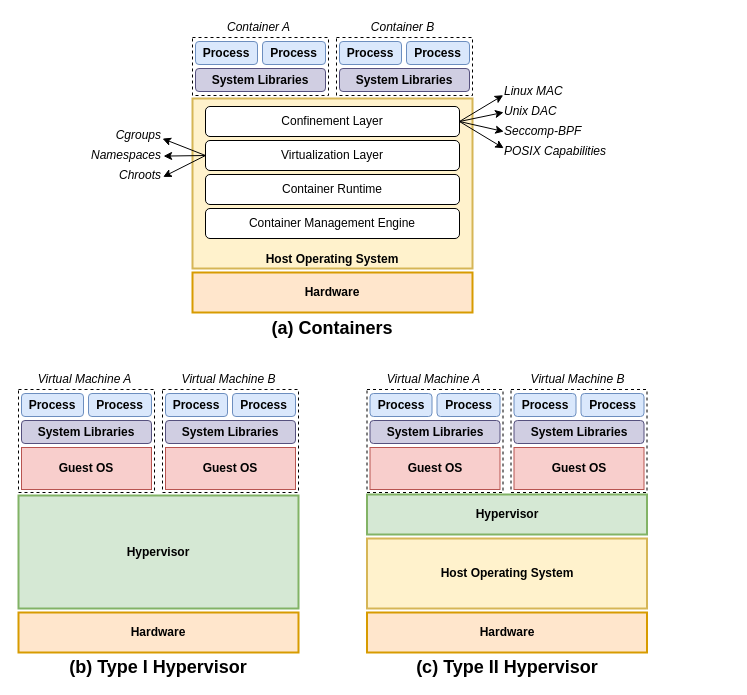
Earlier version of the draw.io diagram thesis/figs/background/drawio/virtualization.drawio (willfindlay/masters-thesis). Source tidied: cells renumbered, new cells numbered last; positions are measured from the earlier drawing's top-left corner, leaving out a move shared by most shapes. Both pictures are drawn from the tidied source at 100%, with x=0, y=0 at pixel (18, 17).
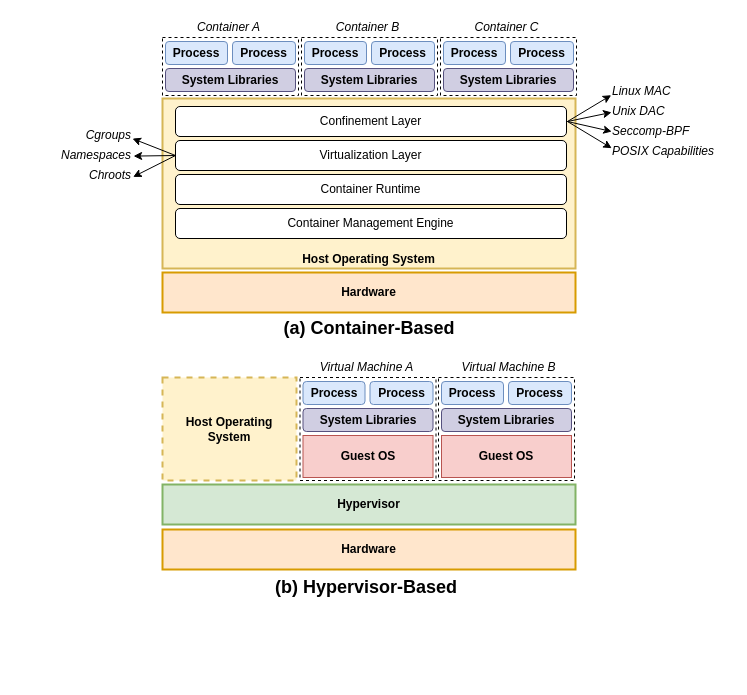
The same page after the edit.

The edit, as a diff of the source:
```diff
@@
     <mxCell id="2" value="Host Operating System" style="rounded=0;whiteSpace=wrap;html=1;align=center;strokeWidth=2;fillColor=#fff2cc;strokeColor=#d6b656;fontStyle=1;verticalAlign=bottom;" parent="1" vertex="1">
-      <mxGeometry x="174" y="81" width="280" height="170" as="geometry" />
+      <mxGeometry x="144" y="81" width="413" height="170" as="geometry" />
     </mxCell>
     <mxCell id="3" value="&lt;b&gt;Hardware&lt;/b&gt;" style="rounded=0;whiteSpace=wrap;html=1;align=center;strokeWidth=2;fillColor=#ffe6cc;strokeColor=#d79b00;" parent="1" vertex="1">
-      <mxGeometry x="174" y="255" width="280" height="40" as="geometry" />
+      <mxGeometry x="144" y="255" width="413" height="40" as="geometry" />
     </mxCell>
     <mxCell id="4" value="Container Runtime" style="rounded=1;whiteSpace=wrap;html=1;strokeWidth=1;align=center;" parent="1" vertex="1">
-      <mxGeometry x="187" y="157" width="254" height="30" as="geometry" />
+      <mxGeometry x="157" y="157" width="391" height="30" as="geometry" />
     </mxCell>
     <mxCell id="5" value="Container Management Engine" style="rounded=1;whiteSpace=wrap;html=1;strokeWidth=1;align=center;" parent="1" vertex="1">
-      <mxGeometry x="187" y="191" width="254" height="30" as="geometry" />
+      <mxGeometry x="157" y="191" width="391" height="30" as="geometry" />
     </mxCell>
@@
     <mxCell id="9" value="Virtualization Layer" style="rounded=1;whiteSpace=wrap;html=1;strokeWidth=1;align=center;" parent="1" vertex="1">
-      <mxGeometry x="187" y="123" width="254" height="30" as="geometry" />
+      <mxGeometry x="157" y="123" width="391" height="30" as="geometry" />
     </mxCell>
-    <mxCell id="10" style="edgeStyle=none;rounded=0;jettySize=auto;html=1;exitX=1;exitY=0.5;exitDx=0;exitDy=0;entryX=0.01;entryY=0.686;entryDx=0;entryDy=0;entryPerimeter=0;" parent="1" edge="1" source="14" target="15">
-      <mxGeometry relative="1" as="geometry" />
+    <mxCell id="10" style="edgeStyle=none;rounded=0;jettySize=auto;html=1;exitX=1;exitY=0.5;exitDx=0;exitDy=0;entryX=0.01;entryY=0.686;entryDx=0;entryDy=0;entryPerimeter=0;" parent="1" edge="1" target="15">
+      <mxGeometry relative="1" as="geometry">
+        <mxPoint x="549" y="104" as="sourcePoint" />
+      </mxGeometry>
     </mxCell>
-    <mxCell id="11" style="edgeStyle=none;rounded=0;jettySize=auto;html=1;exitX=1;exitY=0.5;exitDx=0;exitDy=0;entryX=0.015;entryY=0.544;entryDx=0;entryDy=0;entryPerimeter=0;" parent="1" edge="1" source="14" target="16">
-      <mxGeometry relative="1" as="geometry" />
+    <mxCell id="11" style="edgeStyle=none;rounded=0;jettySize=auto;html=1;exitX=1;exitY=0.5;exitDx=0;exitDy=0;entryX=0.015;entryY=0.544;entryDx=0;entryDy=0;entryPerimeter=0;" parent="1" edge="1" target="16">
+      <mxGeometry relative="1" as="geometry">
+        <mxPoint x="549" y="104" as="sourcePoint" />
+      </mxGeometry>
     </mxCell>
-    <mxCell id="12" style="edgeStyle=none;rounded=0;jettySize=auto;html=1;exitX=1;exitY=0.5;exitDx=0;exitDy=0;entryX=0.014;entryY=0.502;entryDx=0;entryDy=0;entryPerimeter=0;" parent="1" edge="1" source="14" target="17">
-      <mxGeometry relative="1" as="geometry" />
+    <mxCell id="12" style="edgeStyle=none;rounded=0;jettySize=auto;html=1;exitX=1;exitY=0.5;exitDx=0;exitDy=0;entryX=0.014;entryY=0.502;entryDx=0;entryDy=0;entryPerimeter=0;" parent="1" edge="1" target="17">
+      <mxGeometry relative="1" as="geometry">
+        <mxPoint x="549" y="104" as="sourcePoint" />
+      </mxGeometry>
     </mxCell>
-    <mxCell id="13" style="edgeStyle=none;rounded=0;jettySize=auto;html=1;exitX=1;exitY=0.5;exitDx=0;exitDy=0;entryX=0.01;entryY=0.335;entryDx=0;entryDy=0;entryPerimeter=0;" parent="1" edge="1" source="14" target="18">
-      <mxGeometry relative="1" as="geometry" />
+    <mxCell id="13" style="edgeStyle=none;rounded=0;jettySize=auto;html=1;exitX=1;exitY=0.5;exitDx=0;exitDy=0;entryX=0.01;entryY=0.335;entryDx=0;entryDy=0;entryPerimeter=0;" parent="1" edge="1" target="18">
+      <mxGeometry relative="1" as="geometry">
+        <mxPoint x="549" y="104" as="sourcePoint" />
+      </mxGeometry>
     </mxCell>
     <mxCell id="14" value="Confinement Layer" style="rounded=1;whiteSpace=wrap;html=1;strokeWidth=1;align=center;" parent="1" vertex="1">
-      <mxGeometry x="187" y="89" width="254" height="30" as="geometry" />
+      <mxGeometry x="157" y="89" width="391" height="30" as="geometry" />
     </mxCell>
     <mxCell id="15" value="Linux MAC" style="text;html=1;align=left;verticalAlign=middle;points=[];strokeColor=none;fontStyle=2;" parent="1" vertex="1">
-      <mxGeometry x="484" y="64" width="70" height="20" as="geometry" />
+      <mxGeometry x="592" y="64" width="70" height="20" as="geometry" />
     </mxCell>
     <mxCell id="16" value="Unix DAC" style="text;html=1;align=left;verticalAlign=middle;points=[];strokeColor=none;fontStyle=2;" parent="1" vertex="1">
-      <mxGeometry x="484" y="84" width="70" height="20" as="geometry" />
+      <mxGeometry x="592" y="84" width="70" height="20" as="geometry" />
     </mxCell>
     <mxCell id="17" value="Seccomp-BPF" style="text;html=1;align=left;verticalAlign=middle;points=[];strokeColor=none;fontStyle=2;" parent="1" vertex="1">
-      <mxGeometry x="484" y="104" width="90" height="20" as="geometry" />
+      <mxGeometry x="592" y="104" width="90" height="20" as="geometry" />
     </mxCell>
     <mxCell id="18" value="POSIX Capabilities" style="text;html=1;align=left;verticalAlign=middle;points=[];strokeColor=none;fontStyle=2;" parent="1" vertex="1">
-      <mxGeometry x="484" y="124" width="120" height="20" as="geometry" />
+      <mxGeometry x="592" y="124" width="120" height="20" as="geometry" />
     </mxCell>
     <mxCell id="19" value="Namespaces" style="text;html=1;align=right;verticalAlign=middle;points=[];strokeColor=none;fontStyle=2;" parent="1" vertex="1">
-      <mxGeometry x="54" y="128" width="90" height="20" as="geometry" />
+      <mxGeometry x="24" y="128" width="90" height="20" as="geometry" />
     </mxCell>
     <mxCell id="20" value="Cgroups" style="text;html=1;align=right;verticalAlign=middle;points=[];strokeColor=none;fontStyle=2;" parent="1" vertex="1">
-      <mxGeometry x="84" y="108" width="60" height="20" as="geometry" />
+      <mxGeometry x="54" y="108" width="60" height="20" as="geometry" />
     </mxCell>
     <mxCell id="21" value="Chroots" style="text;html=1;align=right;verticalAlign=middle;points=[];strokeColor=none;fontStyle=2;" parent="1" vertex="1">
-      <mxGeometry x="84" y="148" width="60" height="20" as="geometry" />
+      <mxGeometry x="54" y="148" width="60" height="20" as="geometry" />
     </mxCell>
-    <mxCell id="22" value="(a) Containers" style="text;html=1;strokeColor=none;fillColor=none;align=center;verticalAlign=middle;whiteSpace=wrap;rounded=0;fontSize=18;fontStyle=1;" parent="1" vertex="1">
-      <mxGeometry x="219" y="301" width="190" height="20" as="geometry" />
+    <mxCell id="22" value="(a) Container-Based" style="text;html=1;strokeColor=none;fillColor=none;align=center;verticalAlign=middle;whiteSpace=wrap;rounded=0;fontSize=18;fontStyle=1;" parent="1" vertex="1">
+      <mxGeometry x="256" y="301" width="190" height="20" as="geometry" />
     </mxCell>
-    <mxCell id="23" style="rounded=0;whiteSpace=wrap;html=1;fontSize=23;fillColor=none;dashed=1;" parent="1" vertex="1">
-      <mxGeometry y="372" width="136" height="103" as="geometry" />
-    </mxCell>
-    <mxCell id="24" style="rounded=0;whiteSpace=wrap;html=1;fontSize=23;fillColor=none;dashed=1;" parent="1" vertex="1">
-      <mxGeometry x="144" y="372" width="136" height="103" as="geometry" />
-    </mxCell>
-    <mxCell id="25" value="&lt;i&gt;Virtual Machine A&lt;/i&gt;" style="text;html=1;align=center;verticalAlign=middle;fontSize=12;" parent="1" vertex="1">
-      <mxGeometry x="11" y="352" width="110" height="20" as="geometry" />
-    </mxCell>
-    <mxCell id="26" value="&lt;b&gt;Hardware&lt;/b&gt;" style="rounded=0;whiteSpace=wrap;html=1;align=center;strokeWidth=2;fillColor=#ffe6cc;strokeColor=#d79b00;" parent="1" vertex="1">
-      <mxGeometry y="595" width="280" height="40" as="geometry" />
-    </mxCell>
-    <mxCell id="27" value="&lt;b&gt;System Libraries&lt;/b&gt;" style="rounded=1;whiteSpace=wrap;html=1;align=center;strokeWidth=1;fillColor=#d0cee2;strokeColor=#56517e;" parent="1" vertex="1">
-      <mxGeometry x="3" y="403" width="130" height="23" as="geometry" />
-    </mxCell>
-    <mxCell id="28" value="&lt;b&gt;Process&lt;/b&gt;" style="rounded=1;whiteSpace=wrap;html=1;align=center;strokeWidth=1;fillColor=#dae8fc;strokeColor=#6c8ebf;" parent="1" vertex="1">
-      <mxGeometry x="147" y="376" width="62" height="23" as="geometry" />
-    </mxCell>
-    <mxCell id="29" value="&lt;b&gt;Process&lt;/b&gt;" style="rounded=1;whiteSpace=wrap;html=1;align=center;strokeWidth=1;fillColor=#dae8fc;strokeColor=#6c8ebf;" parent="1" vertex="1">
-      <mxGeometry x="214" y="376" width="63" height="23" as="geometry" />
-    </mxCell>
-    <mxCell id="30" value="&lt;b&gt;System Libraries&lt;/b&gt;" style="rounded=1;whiteSpace=wrap;html=1;align=center;strokeWidth=1;fillColor=#d0cee2;strokeColor=#56517e;" parent="1" vertex="1">
-      <mxGeometry x="147" y="403" width="130" height="23" as="geometry" />
-    </mxCell>
-    <mxCell id="31" value="&lt;b&gt;Process&lt;/b&gt;" style="rounded=1;whiteSpace=wrap;html=1;align=center;strokeWidth=1;fillColor=#dae8fc;strokeColor=#6c8ebf;" parent="1" vertex="1">
-      <mxGeometry x="3" y="376" width="62" height="23" as="geometry" />
-    </mxCell>
-    <mxCell id="32" value="&lt;b&gt;Process&lt;/b&gt;" style="rounded=1;whiteSpace=wrap;html=1;align=center;strokeWidth=1;fillColor=#dae8fc;strokeColor=#6c8ebf;" parent="1" vertex="1">
-      <mxGeometry x="70" y="376" width="63" height="23" as="geometry" />
-    </mxCell>
-    <mxCell id="33" value="(b) Type I Hypervisor" style="text;html=1;strokeColor=none;fillColor=none;align=center;verticalAlign=middle;whiteSpace=wrap;rounded=0;fontSize=18;fontStyle=1;" parent="1" vertex="1">
-      <mxGeometry x="44.5" y="640" width="190" height="20" as="geometry" />
-    </mxCell>
-    <mxCell id="34" value="Hypervisor" style="rounded=0;whiteSpace=wrap;html=1;strokeColor=#82b366;fillColor=#d5e8d4;strokeWidth=2;fontStyle=1;" parent="1" vertex="1">
-      <mxGeometry y="478" width="280" height="113" as="geometry" />
-    </mxCell>
-    <mxCell id="35" value="&lt;b&gt;Guest OS&lt;/b&gt;" style="rounded=0;whiteSpace=wrap;html=1;align=center;strokeWidth=1;fillColor=#f8cecc;strokeColor=#b85450;" parent="1" vertex="1">
-      <mxGeometry x="147" y="430" width="130" height="42" as="geometry" />
-    </mxCell>
-    <mxCell id="36" value="&lt;b&gt;Guest OS&lt;/b&gt;" style="rounded=0;whiteSpace=wrap;html=1;align=center;strokeWidth=1;fillColor=#f8cecc;strokeColor=#b85450;" parent="1" vertex="1">
-      <mxGeometry x="3" y="430" width="130" height="42" as="geometry" />
-    </mxCell>
-    <mxCell id="37" value="&lt;i&gt;Virtual Machine B&lt;/i&gt;" style="text;html=1;align=center;verticalAlign=middle;fontSize=12;" parent="1" vertex="1">
-      <mxGeometry x="155" y="352" width="110" height="20" as="geometry" />
-    </mxCell>
-    <mxCell id="38" style="rounded=0;whiteSpace=wrap;html=1;fontSize=23;fillColor=none;dashed=1;" parent="1" vertex="1">
-      <mxGeometry x="348.5" y="372" width="136" height="103" as="geometry" />
-    </mxCell>
     <mxCell id="39" style="rounded=0;whiteSpace=wrap;html=1;fontSize=23;fillColor=none;dashed=1;" parent="1" vertex="1">
-      <mxGeometry x="492.5" y="372" width="136" height="103" as="geometry" />
+      <mxGeometry x="281.5" y="360" width="136" height="103" as="geometry" />
     </mxCell>
-    <mxCell id="40" value="&lt;i&gt;Virtual Machine A&lt;/i&gt;" style="text;html=1;align=center;verticalAlign=middle;fontSize=12;" parent="1" vertex="1">
-      <mxGeometry x="359.5" y="352" width="110" height="20" as="geometry" />
-    </mxCell>
-    <mxCell id="41" value="Host Operating System" style="rounded=0;whiteSpace=wrap;html=1;align=center;strokeWidth=2;fillColor=#fff2cc;strokeColor=#d6b656;fontStyle=1;verticalAlign=middle;" parent="1" vertex="1">
-      <mxGeometry x="348.5" y="521" width="280" height="70" as="geometry" />
+    <mxCell id="41" value="Host Operating&lt;br&gt;System" style="rounded=0;whiteSpace=wrap;html=1;align=center;strokeWidth=2;fillColor=#fff2cc;strokeColor=#d6b656;fontStyle=1;verticalAlign=middle;dashed=1;" parent="1" vertex="1">
+      <mxGeometry x="144" y="360" width="134" height="103" as="geometry" />
     </mxCell>
-    <mxCell id="42" value="&lt;b&gt;Hardware&lt;/b&gt;" style="rounded=0;whiteSpace=wrap;html=1;align=center;strokeWidth=2;fillColor=#ffe6cc;strokeColor=#d79b00;" parent="1" vertex="1">
-      <mxGeometry x="348.5" y="595" width="280" height="40" as="geometry" />
-    </mxCell>
-    <mxCell id="43" value="&lt;b&gt;System Libraries&lt;/b&gt;" style="rounded=1;whiteSpace=wrap;html=1;align=center;strokeWidth=1;fillColor=#d0cee2;strokeColor=#56517e;" parent="1" vertex="1">
-      <mxGeometry x="351.5" y="403" width="130" height="23" as="geometry" />
-    </mxCell>
     <mxCell id="44" value="&lt;b&gt;Process&lt;/b&gt;" style="rounded=1;whiteSpace=wrap;html=1;align=center;strokeWidth=1;fillColor=#dae8fc;strokeColor=#6c8ebf;" parent="1" vertex="1">
-      <mxGeometry x="495.5" y="376" width="62" height="23" as="geometry" />
+      <mxGeometry x="284.5" y="364" width="62" height="23" as="geometry" />
     </mxCell>
     <mxCell id="45" value="&lt;b&gt;Process&lt;/b&gt;" style="rounded=1;whiteSpace=wrap;html=1;align=center;strokeWidth=1;fillColor=#dae8fc;strokeColor=#6c8ebf;" parent="1" vertex="1">
-      <mxGeometry x="562.5" y="376" width="63" height="23" as="geometry" />
+      <mxGeometry x="351.5" y="364" width="63" height="23" as="geometry" />
     </mxCell>
     <mxCell id="46" value="&lt;b&gt;System Libraries&lt;/b&gt;" style="rounded=1;whiteSpace=wrap;html=1;align=center;strokeWidth=1;fillColor=#d0cee2;strokeColor=#56517e;" parent="1" vertex="1">
-      <mxGeometry x="495.5" y="403" width="130" height="23" as="geometry" />
+      <mxGeometry x="284.5" y="391" width="130" height="23" as="geometry" />
     </mxCell>
-    <mxCell id="47" value="&lt;b&gt;Process&lt;/b&gt;" style="rounded=1;whiteSpace=wrap;html=1;align=center;strokeWidth=1;fillColor=#dae8fc;strokeColor=#6c8ebf;" parent="1" vertex="1">
-      <mxGeometry x="351.5" y="376" width="62" height="23" as="geometry" />
-    </mxCell>
-    <mxCell id="48" value="&lt;b&gt;Process&lt;/b&gt;" style="rounded=1;whiteSpace=wrap;html=1;align=center;strokeWidth=1;fillColor=#dae8fc;strokeColor=#6c8ebf;" parent="1" vertex="1">
-      <mxGeometry x="418.5" y="376" width="63" height="23" as="geometry" />
-    </mxCell>
-    <mxCell id="49" value="(c) Type II Hypervisor" style="text;html=1;strokeColor=none;fillColor=none;align=center;verticalAlign=middle;whiteSpace=wrap;rounded=0;fontSize=18;fontStyle=1;" parent="1" vertex="1">
-      <mxGeometry x="393.5" y="640" width="190" height="20" as="geometry" />
+    <mxCell id="49" value="(b) Hypervisor-Based" style="text;html=1;strokeColor=none;fillColor=none;align=center;verticalAlign=middle;whiteSpace=wrap;rounded=0;fontSize=18;fontStyle=1;" parent="1" vertex="1">
+      <mxGeometry x="252.5" y="560" width="190" height="20" as="geometry" />
     </mxCell>
     <mxCell id="50" value="Hypervisor" style="rounded=0;whiteSpace=wrap;html=1;strokeColor=#82b366;fillColor=#d5e8d4;strokeWidth=2;fontStyle=1;" parent="1" vertex="1">
-      <mxGeometry x="348.5" y="477" width="280" height="40" as="geometry" />
+      <mxGeometry x="144" y="467" width="413" height="40" as="geometry" />
     </mxCell>
     <mxCell id="51" value="&lt;b&gt;Guest OS&lt;/b&gt;" style="rounded=0;whiteSpace=wrap;html=1;align=center;strokeWidth=1;fillColor=#f8cecc;strokeColor=#b85450;" parent="1" vertex="1">
-      <mxGeometry x="495.5" y="430" width="130" height="42" as="geometry" />
+      <mxGeometry x="284.5" y="418" width="130" height="42" as="geometry" />
     </mxCell>
-    <mxCell id="52" value="&lt;b&gt;Guest OS&lt;/b&gt;" style="rounded=0;whiteSpace=wrap;html=1;align=center;strokeWidth=1;fillColor=#f8cecc;strokeColor=#b85450;" parent="1" vertex="1">
-      <mxGeometry x="351.5" y="430" width="130" height="42" as="geometry" />
-    </mxCell>
-    <mxCell id="53" value="&lt;i&gt;Virtual Machine B&lt;/i&gt;" style="text;html=1;align=center;verticalAlign=middle;fontSize=12;" parent="1" vertex="1">
-      <mxGeometry x="503.5" y="352" width="110" height="20" as="geometry" />
+    <mxCell id="53" value="&lt;i&gt;Virtual Machine A&lt;/i&gt;" style="text;html=1;align=center;verticalAlign=middle;fontSize=12;" parent="1" vertex="1">
+      <mxGeometry x="292.5" y="340" width="110" height="20" as="geometry" />
     </mxCell>
     <mxCell id="54" style="rounded=0;whiteSpace=wrap;html=1;fontSize=23;fillColor=none;dashed=1;" parent="1" vertex="1">
-      <mxGeometry x="174" y="20" width="136" height="58" as="geometry" />
+      <mxGeometry x="144" y="20" width="136" height="58" as="geometry" />
     </mxCell>
     <mxCell id="55" style="rounded=0;whiteSpace=wrap;html=1;fontSize=23;fillColor=none;dashed=1;" parent="1" vertex="1">
-      <mxGeometry x="318" y="20" width="136" height="58" as="geometry" />
+      <mxGeometry x="283" y="20" width="136" height="58" as="geometry" />
     </mxCell>
     <mxCell id="56" value="&lt;i&gt;Container A&lt;/i&gt;" style="text;html=1;align=center;verticalAlign=middle;fontSize=12;" parent="1" vertex="1">
-      <mxGeometry x="200" width="80" height="20" as="geometry" />
+      <mxGeometry x="170" width="80" height="20" as="geometry" />
     </mxCell>
     <mxCell id="57" value="&lt;b&gt;System Libraries&lt;/b&gt;" style="rounded=1;whiteSpace=wrap;html=1;align=center;strokeWidth=1;fillColor=#d0cee2;strokeColor=#56517e;" parent="1" vertex="1">
-      <mxGeometry x="177" y="51" width="130" height="23" as="geometry" />
+      <mxGeometry x="147" y="51" width="130" height="23" as="geometry" />
     </mxCell>
     <mxCell id="58" value="&lt;b&gt;Process&lt;/b&gt;" style="rounded=1;whiteSpace=wrap;html=1;align=center;strokeWidth=1;fillColor=#dae8fc;strokeColor=#6c8ebf;" parent="1" vertex="1">
-      <mxGeometry x="321" y="24" width="62" height="23" as="geometry" />
+      <mxGeometry x="286" y="24" width="62" height="23" as="geometry" />
     </mxCell>
     <mxCell id="59" value="&lt;b&gt;Process&lt;/b&gt;" style="rounded=1;whiteSpace=wrap;html=1;align=center;strokeWidth=1;fillColor=#dae8fc;strokeColor=#6c8ebf;" parent="1" vertex="1">
-      <mxGeometry x="388" y="24" width="63" height="23" as="geometry" />
+      <mxGeometry x="353" y="24" width="63" height="23" as="geometry" />
     </mxCell>
     <mxCell id="60" value="&lt;b&gt;System Libraries&lt;/b&gt;" style="rounded=1;whiteSpace=wrap;html=1;align=center;strokeWidth=1;fillColor=#d0cee2;strokeColor=#56517e;" parent="1" vertex="1">
-      <mxGeometry x="321" y="51" width="130" height="23" as="geometry" />
+      <mxGeometry x="286" y="51" width="130" height="23" as="geometry" />
     </mxCell>
     <mxCell id="61" value="&lt;b&gt;Process&lt;/b&gt;" style="rounded=1;whiteSpace=wrap;html=1;align=center;strokeWidth=1;fillColor=#dae8fc;strokeColor=#6c8ebf;" parent="1" vertex="1">
-      <mxGeometry x="177" y="24" width="62" height="23" as="geometry" />
+      <mxGeometry x="147" y="24" width="62" height="23" as="geometry" />
     </mxCell>
     <mxCell id="62" value="&lt;b&gt;Process&lt;/b&gt;" style="rounded=1;whiteSpace=wrap;html=1;align=center;strokeWidth=1;fillColor=#dae8fc;strokeColor=#6c8ebf;" parent="1" vertex="1">
-      <mxGeometry x="244" y="24" width="63" height="23" as="geometry" />
+      <mxGeometry x="214" y="24" width="63" height="23" as="geometry" />
     </mxCell>
     <mxCell id="63" value="&lt;i&gt;Container B&lt;/i&gt;" style="text;html=1;align=center;verticalAlign=middle;fontSize=12;" parent="1" vertex="1">
-      <mxGeometry x="344" width="80" height="20" as="geometry" />
+      <mxGeometry x="309" width="80" height="20" as="geometry" />
     </mxCell>
+    <mxCell id="64" style="rounded=0;whiteSpace=wrap;html=1;fontSize=23;fillColor=none;dashed=1;" parent="1" vertex="1">
+      <mxGeometry x="420" y="360" width="136" height="103" as="geometry" />
+    </mxCell>
+    <mxCell id="65" value="&lt;b&gt;Process&lt;/b&gt;" style="rounded=1;whiteSpace=wrap;html=1;align=center;strokeWidth=1;fillColor=#dae8fc;strokeColor=#6c8ebf;" parent="1" vertex="1">
+      <mxGeometry x="423" y="364" width="62" height="23" as="geometry" />
+    </mxCell>
+    <mxCell id="66" value="&lt;b&gt;Process&lt;/b&gt;" style="rounded=1;whiteSpace=wrap;html=1;align=center;strokeWidth=1;fillColor=#dae8fc;strokeColor=#6c8ebf;" parent="1" vertex="1">
+      <mxGeometry x="490" y="364" width="63" height="23" as="geometry" />
+    </mxCell>
+    <mxCell id="67" value="&lt;b&gt;System Libraries&lt;/b&gt;" style="rounded=1;whiteSpace=wrap;html=1;align=center;strokeWidth=1;fillColor=#d0cee2;strokeColor=#56517e;" parent="1" vertex="1">
+      <mxGeometry x="423" y="391" width="130" height="23" as="geometry" />
+    </mxCell>
+    <mxCell id="68" value="&lt;b&gt;Guest OS&lt;/b&gt;" style="rounded=0;whiteSpace=wrap;html=1;align=center;strokeWidth=1;fillColor=#f8cecc;strokeColor=#b85450;" parent="1" vertex="1">
+      <mxGeometry x="423" y="418" width="130" height="42" as="geometry" />
+    </mxCell>
+    <mxCell id="37" value="&lt;i&gt;Virtual Machine B&lt;/i&gt;" style="text;html=1;align=center;verticalAlign=middle;fontSize=12;" parent="1" vertex="1">
+      <mxGeometry x="435" y="340" width="110" height="20" as="geometry" />
+    </mxCell>
+    <mxCell id="69" style="rounded=0;whiteSpace=wrap;html=1;fontSize=23;fillColor=none;dashed=1;" parent="1" vertex="1">
+      <mxGeometry x="422" y="20" width="136" height="58" as="geometry" />
+    </mxCell>
+    <mxCell id="70" value="&lt;b&gt;Process&lt;/b&gt;" style="rounded=1;whiteSpace=wrap;html=1;align=center;strokeWidth=1;fillColor=#dae8fc;strokeColor=#6c8ebf;" parent="1" vertex="1">
+      <mxGeometry x="425" y="24" width="62" height="23" as="geometry" />
+    </mxCell>
+    <mxCell id="71" value="&lt;b&gt;Process&lt;/b&gt;" style="rounded=1;whiteSpace=wrap;html=1;align=center;strokeWidth=1;fillColor=#dae8fc;strokeColor=#6c8ebf;" parent="1" vertex="1">
+      <mxGeometry x="492" y="24" width="63" height="23" as="geometry" />
+    </mxCell>
+    <mxCell id="72" value="&lt;b&gt;System Libraries&lt;/b&gt;" style="rounded=1;whiteSpace=wrap;html=1;align=center;strokeWidth=1;fillColor=#d0cee2;strokeColor=#56517e;" parent="1" vertex="1">
+      <mxGeometry x="425" y="51" width="130" height="23" as="geometry" />
+    </mxCell>
+    <mxCell id="73" value="&lt;i&gt;Container C&lt;/i&gt;" style="text;html=1;align=center;verticalAlign=middle;fontSize=12;" parent="1" vertex="1">
+      <mxGeometry x="448" width="80" height="20" as="geometry" />
+    </mxCell>
+    <mxCell id="74" value="Hardware" style="rounded=0;whiteSpace=wrap;html=1;strokeColor=#d79b00;fillColor=#ffe6cc;strokeWidth=2;fontStyle=1;" parent="1" vertex="1">
+      <mxGeometry x="144" y="512" width="413" height="40" as="geometry" />
+    </mxCell>
```
